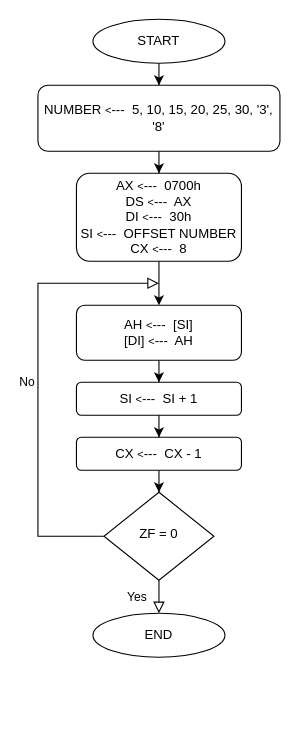
The draw.io diagram micro4.drawio in mmuurraatt/My-Projects-On-Github, before the edit. Source tidied: cells renumbered, new cells numbered last; positions are measured from the earlier drawing's top-left corner, leaving out a move shared by most shapes. Both pictures are drawn from the tidied source at 110%, with x=0, y=0 at pixel (37, 19).
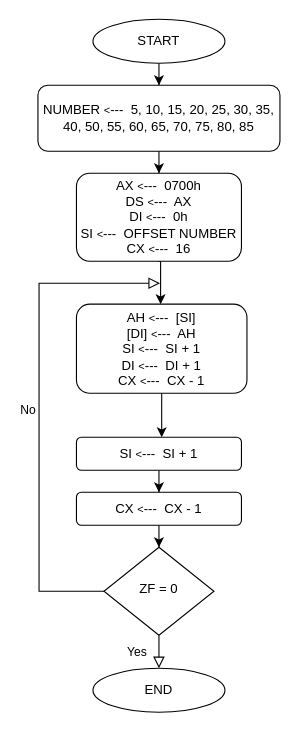
The same diagram, later.

Diff of the diagram source:
```diff
@@
-    <mxCell id="2" style="edgeStyle=orthogonalEdgeStyle;rounded=0;jettySize=auto;html=1;fontSize=12;" parent="1" edge="1" source="3" target="13">
-      <mxGeometry relative="1" as="geometry" />
+    <mxCell id="2" style="edgeStyle=orthogonalEdgeStyle;rounded=0;orthogonalLoop=1;jettySize=auto;html=1;fontSize=12;" parent="1" edge="1">
+      <mxGeometry relative="1" as="geometry">
+        <mxPoint x="109" y="220" as="sourcePoint" />
+        <mxPoint x="111.5" y="259" as="targetPoint" />
+      </mxGeometry>
     </mxCell>
-    <mxCell id="3" value="AX &lt;font size=&quot;1&quot;&gt;&amp;lt;&lt;/font&gt;---&amp;nbsp; 0700h&lt;br&gt;DS&amp;nbsp;&lt;font style=&quot;font-size: 10px&quot;&gt;&amp;lt;&lt;/font&gt;&lt;font style=&quot;font-size: 12px&quot;&gt;---&lt;/font&gt;&amp;nbsp; AX&lt;br&gt;DI&amp;nbsp;&lt;font size=&quot;1&quot;&gt;&amp;lt;&lt;/font&gt;---&amp;nbsp; 30h&lt;br&gt;SI&amp;nbsp;&lt;font size=&quot;1&quot;&gt;&amp;lt;&lt;/font&gt;---&amp;nbsp; OFFSET NUMBER&lt;br&gt;CX&amp;nbsp;&lt;font size=&quot;1&quot;&gt;&amp;lt;&lt;/font&gt;---&amp;nbsp; 8" style="rounded=1;whiteSpace=wrap;html=1;fontSize=12;glass=0;strokeWidth=1;shadow=0;" parent="1" vertex="1">
+    <mxCell id="3" value="AX &lt;font size=&quot;1&quot;&gt;&amp;lt;&lt;/font&gt;---&amp;nbsp; 0700h&lt;br&gt;DS&amp;nbsp;&lt;font style=&quot;font-size: 10px&quot;&gt;&amp;lt;&lt;/font&gt;&lt;font style=&quot;font-size: 12px&quot;&gt;---&lt;/font&gt;&amp;nbsp; AX&lt;br&gt;DI&amp;nbsp;&lt;font size=&quot;1&quot;&gt;&amp;lt;&lt;/font&gt;---&amp;nbsp; 0h&lt;br&gt;SI&amp;nbsp;&lt;font size=&quot;1&quot;&gt;&amp;lt;&lt;/font&gt;---&amp;nbsp; OFFSET NUMBER&lt;br&gt;CX&amp;nbsp;&lt;font size=&quot;1&quot;&gt;&amp;lt;&lt;/font&gt;---&amp;nbsp; 16" style="rounded=1;whiteSpace=wrap;html=1;fontSize=12;glass=0;strokeWidth=1;shadow=0;" parent="1" vertex="1">
       <mxGeometry x="35" y="140" width="150" height="80" as="geometry" />
     </mxCell>
@@
-    <mxCell id="5" value="No" style="edgeStyle=orthogonalEdgeStyle;rounded=0;html=1;jettySize=auto;fontSize=11;endArrow=block;endFill=0;endSize=8;strokeWidth=1;shadow=0;labelBackgroundColor=none;" parent="1" edge="1" source="6">
+    <mxCell id="5" value="No" style="edgeStyle=orthogonalEdgeStyle;rounded=0;html=1;jettySize=auto;orthogonalLoop=1;fontSize=11;endArrow=block;endFill=0;endSize=8;strokeWidth=1;shadow=0;labelBackgroundColor=none;" parent="1" edge="1">
       <mxGeometry y="10" relative="1" as="geometry">
-        <mxPoint x="110" y="240" as="targetPoint" />
+        <mxPoint x="61" y="520" as="sourcePoint" />
+        <mxPoint x="111" y="240" as="targetPoint" />
         <Array as="points">
-          <mxPoint y="470" />
-          <mxPoint y="240" />
+          <mxPoint x="1" y="520" />
+          <mxPoint x="1" y="240" />
         </Array>
       </mxGeometry>
     </mxCell>
     <mxCell id="6" value="ZF = 0" style="rhombus;whiteSpace=wrap;html=1;shadow=0;fontFamily=Helvetica;fontSize=12;align=center;strokeWidth=1;spacing=6;spacingTop=-4;" parent="1" vertex="1">
-      <mxGeometry x="60" y="430" width="100" height="80" as="geometry" />
+      <mxGeometry x="60" y="480" width="100" height="80" as="geometry" />
     </mxCell>
@@
-    <mxCell id="11" value="NUMBER&amp;nbsp;&lt;font size=&quot;1&quot;&gt;&amp;lt;&lt;/font&gt;---&amp;nbsp; 5, 10, 15, 20, 25, 30, '3', '8'" style="rounded=1;whiteSpace=wrap;html=1;fontSize=12;glass=0;strokeWidth=1;shadow=0;" parent="1" vertex="1">
+    <mxCell id="11" value="NUMBER&amp;nbsp;&lt;font size=&quot;1&quot;&gt;&amp;lt;&lt;/font&gt;---&amp;nbsp; 5, 10, 15, 20, 25, 30, 35, 40, 50, 55, 60, 65, 70, 75, 80, 85" style="rounded=1;whiteSpace=wrap;html=1;fontSize=12;glass=0;strokeWidth=1;shadow=0;" parent="1" vertex="1">
       <mxGeometry y="60" width="220" height="60" as="geometry" />
     </mxCell>
     <mxCell id="12" style="edgeStyle=orthogonalEdgeStyle;rounded=0;jettySize=auto;html=1;fontSize=12;" parent="1" edge="1" source="13" target="17">
-      <mxGeometry relative="1" as="geometry" />
+      <mxGeometry relative="1" as="geometry">
+        <Array as="points">
+          <mxPoint x="110" y="340" />
+          <mxPoint x="110" y="340" />
+        </Array>
+      </mxGeometry>
     </mxCell>
-    <mxCell id="13" value="AH&amp;nbsp;&lt;font size=&quot;1&quot;&gt;&amp;lt;&lt;/font&gt;---&amp;nbsp; [SI]&lt;br&gt;[DI]&amp;nbsp;&lt;font style=&quot;font-size: 10px&quot;&gt;&amp;lt;&lt;/font&gt;&lt;font style=&quot;font-size: 12px&quot;&gt;---&lt;/font&gt;&amp;nbsp; AH&lt;br&gt;" style="rounded=1;whiteSpace=wrap;html=1;fontSize=12;glass=0;strokeWidth=1;shadow=0;" parent="1" vertex="1">
-      <mxGeometry x="35" y="260" width="150" height="50" as="geometry" />
+    <mxCell id="13" value="AH&amp;nbsp;&lt;font size=&quot;1&quot;&gt;&amp;lt;&lt;/font&gt;---&amp;nbsp; [SI]&lt;br&gt;[DI]&amp;nbsp;&lt;font style=&quot;font-size: 10px&quot;&gt;&amp;lt;&lt;/font&gt;&lt;font style=&quot;font-size: 12px&quot;&gt;---&lt;/font&gt;&amp;nbsp; AH&lt;br&gt;SI&amp;nbsp;&lt;font size=&quot;1&quot;&gt;&amp;lt;&lt;/font&gt;---&amp;nbsp; SI + 1&lt;br&gt;DI&amp;nbsp;&lt;font style=&quot;font-size: 10px&quot;&gt;&amp;lt;&lt;/font&gt;---&amp;nbsp; DI + 1&lt;br&gt;CX&amp;nbsp;&lt;font style=&quot;font-size: 10px&quot;&gt;&amp;lt;&lt;/font&gt;---&amp;nbsp; CX - 1" style="rounded=1;whiteSpace=wrap;html=1;fontSize=12;glass=0;strokeWidth=1;shadow=0;" parent="1" vertex="1">
+      <mxGeometry x="35" y="259" width="155" height="81" as="geometry" />
     </mxCell>
@@
     <mxCell id="15" value="CX&amp;nbsp;&lt;font size=&quot;1&quot;&gt;&amp;lt;&lt;/font&gt;---&amp;nbsp; CX - 1" style="rounded=1;whiteSpace=wrap;html=1;fontSize=12;glass=0;strokeWidth=1;shadow=0;" parent="1" vertex="1">
-      <mxGeometry x="35" y="380" width="150" height="30" as="geometry" />
+      <mxGeometry x="35" y="430" width="150" height="30" as="geometry" />
     </mxCell>
@@
     <mxCell id="17" value="SI&amp;nbsp;&lt;font size=&quot;1&quot;&gt;&amp;lt;&lt;/font&gt;---&amp;nbsp; SI + 1" style="rounded=1;whiteSpace=wrap;html=1;fontSize=12;glass=0;strokeWidth=1;shadow=0;" parent="1" vertex="1">
-      <mxGeometry x="35" y="330" width="150" height="30" as="geometry" />
+      <mxGeometry x="35" y="380" width="150" height="30" as="geometry" />
     </mxCell>
     <mxCell id="18" value="END" style="ellipse;whiteSpace=wrap;html=1;" parent="1" vertex="1">
-      <mxGeometry x="50" y="540" width="120" height="40" as="geometry" />
+      <mxGeometry x="50" y="590" width="120" height="40" as="geometry" />
     </mxCell>
```
